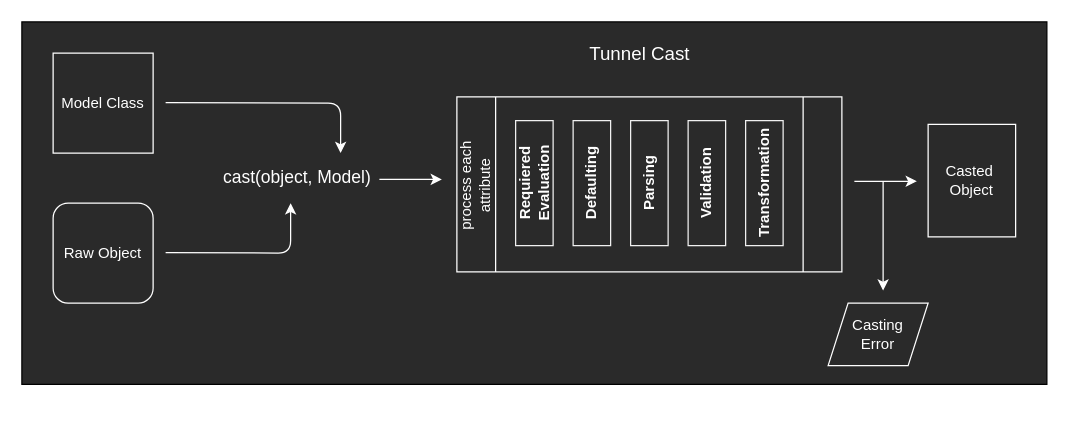
Before: packages/tunnel-cast/docs/casting-process-lean.drawio in OfirTheOne/tunnel-cast-modules, a draw.io diagram. Source tidied: cells renumbered, new cells numbered last; positions are measured from the earlier drawing's top-left corner, leaving out a move shared by most shapes. Both pictures are drawn from the tidied source at 125%, with x=0, y=0 at pixel (21, 21).
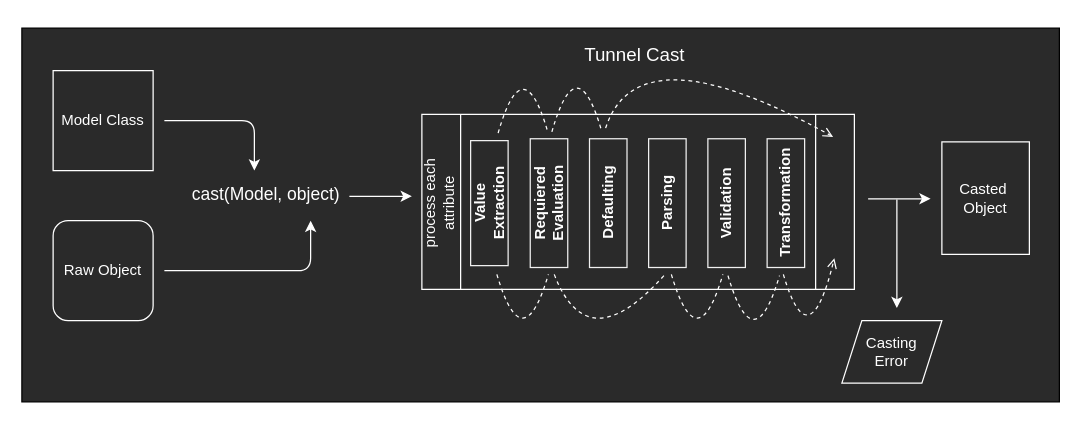
Above is the later version.

Change to the diagram source:
```diff
@@
     <mxCell id="2" style="rounded=0;whiteSpace=wrap;html=1;fillColor=#2A2A2A;" parent="1" vertex="1">
-      <mxGeometry width="820" height="290" as="geometry" />
+      <mxGeometry y="5" width="830" height="299" as="geometry" />
     </mxCell>
     <mxCell id="3" value="&lt;span style=&quot;font-style: normal&quot;&gt;&lt;font color=&quot;#ffffff&quot;&gt;Tunnel Cast&lt;/font&gt;&lt;/span&gt;" style="text;html=1;align=center;verticalAlign=middle;strokeWidth=1;fontSize=15;fontStyle=2;" parent="1" vertex="1">
-      <mxGeometry x="444" y="15" width="100" height="20" as="geometry" />
+      <mxGeometry x="440" y="16" width="100" height="20" as="geometry" />
     </mxCell>
     <mxCell id="4" style="group;" parent="1" vertex="1">
-      <mxGeometry x="25" y="25" width="770" height="250" as="geometry" />
+      <mxGeometry x="31" y="39" width="770" height="250" as="geometry" />
     </mxCell>
     <mxCell id="5" value="&lt;font color=&quot;#ffffff&quot;&gt;Raw Object&lt;/font&gt;" style="rounded=1;whiteSpace=wrap;html=1;fillColor=#2A2A2A;strokeColor=#FFFFFF;" parent="4" vertex="1">
-      <mxGeometry y="120" width="80" height="80" as="geometry" />
+      <mxGeometry x="-6" y="120" width="80" height="80" as="geometry" />
     </mxCell>
     <mxCell id="6" style="endArrow=classic;html=1;verticalAlign=middle;strokeColor=#FFFFFF;" parent="4" edge="1">
       <mxGeometry relative="1" as="geometry">
-        <mxPoint x="90" y="39.5" as="sourcePoint" />
-        <mxPoint x="230" y="80" as="targetPoint" />
+        <mxPoint x="83" y="40" as="sourcePoint" />
+        <mxPoint x="155" y="80" as="targetPoint" />
         <Array as="points">
-          <mxPoint x="230" y="40" />
+          <mxPoint x="155" y="40" />
         </Array>
       </mxGeometry>
     </mxCell>
     <mxCell id="7" value="&lt;font color=&quot;#ffffff&quot;&gt;Model Class&lt;/font&gt;" style="whiteSpace=wrap;html=1;fillColor=#2A2A2A;strokeColor=#FFFFFF;" parent="4" vertex="1">
-      <mxGeometry width="80" height="80" as="geometry" />
+      <mxGeometry x="-6" width="80" height="80" as="geometry" />
     </mxCell>
     <mxCell id="8" style="endArrow=classic;html=1;strokeColor=#FFFFFF;" parent="4" edge="1">
       <mxGeometry relative="1" as="geometry">
-        <mxPoint x="90" y="159.5" as="sourcePoint" />
-        <mxPoint x="190" y="120" as="targetPoint" />
+        <mxPoint x="83" y="160" as="sourcePoint" />
+        <mxPoint x="200" y="120" as="targetPoint" />
         <Array as="points">
-          <mxPoint x="190" y="160" />
+          <mxPoint x="200" y="160" />
         </Array>
       </mxGeometry>
     </mxCell>
-    <mxCell id="9" value="&lt;font style=&quot;font-size: 14px&quot; color=&quot;#ffffff&quot;&gt;cast(object, Model)&lt;/font&gt;" style="text;html=1;align=center;verticalAlign=middle;" parent="4" vertex="1">
-      <mxGeometry x="130" y="89" width="130" height="20" as="geometry" />
+    <mxCell id="9" value="&lt;font style=&quot;font-size: 14px&quot; color=&quot;#ffffff&quot;&gt;cast(&lt;/font&gt;&lt;span style=&quot;color: rgb(255 , 255 , 255) ; font-size: 14px&quot;&gt;Model,&amp;nbsp;&lt;/span&gt;&lt;font style=&quot;font-size: 14px&quot; color=&quot;#ffffff&quot;&gt;object)&amp;nbsp;&lt;/font&gt;" style="text;html=1;align=center;verticalAlign=middle;" parent="4" vertex="1">
+      <mxGeometry x="96" y="89" width="140" height="20" as="geometry" />
     </mxCell>
     <mxCell id="10" style="endArrow=classic;html=1;strokeColor=#FFFFFF;" parent="4" edge="1">
       <mxGeometry relative="1" as="geometry">
-        <mxPoint x="261" y="101" as="sourcePoint" />
-        <mxPoint x="311" y="101" as="targetPoint" />
+        <mxPoint x="231" y="100.5" as="sourcePoint" />
+        <mxPoint x="281" y="100.5" as="targetPoint" />
       </mxGeometry>
     </mxCell>
     <mxCell id="11" style="endArrow=classic;html=1;fontColor=#FFFFFF;fontSize=12;strokeColor=#FFFFFF;" parent="4" edge="1">
       <mxGeometry relative="1" as="geometry">
-        <mxPoint x="641" y="102.5" as="sourcePoint" />
-        <mxPoint x="691" y="102.5" as="targetPoint" />
+        <mxPoint x="646" y="102.5" as="sourcePoint" />
+        <mxPoint x="696" y="102.5" as="targetPoint" />
       </mxGeometry>
     </mxCell>
     <mxCell id="12" value="&lt;font color=&quot;#ffffff&quot;&gt;&lt;span&gt;Casted&amp;nbsp;&lt;/span&gt;&lt;br&gt;&lt;span&gt;Object&lt;/span&gt;&lt;/font&gt;" style="rounded=0;whiteSpace=wrap;html=1;fillColor=#2A2A2A;strokeColor=#FFFFFF;" parent="4" vertex="1">
-      <mxGeometry x="700" y="57" width="70" height="90" as="geometry" />
+      <mxGeometry x="705" y="57" width="70" height="90" as="geometry" />
     </mxCell>
     <mxCell id="13" style="endArrow=classic;html=1;fontSize=12;fontColor=#FFFFFF;strokeColor=#FFFFFF;" parent="4" edge="1">
       <mxGeometry relative="1" as="geometry">
-        <mxPoint x="664" y="103" as="sourcePoint" />
-        <mxPoint x="664" y="190" as="targetPoint" />
+        <mxPoint x="669" y="103" as="sourcePoint" />
+        <mxPoint x="669" y="190" as="targetPoint" />
       </mxGeometry>
     </mxCell>
     <mxCell id="14" value="&lt;font color=&quot;#ffffff&quot;&gt;Casting &lt;br&gt;Error&lt;/font&gt;" style="shape=parallelogram;perimeter=parallelogramPerimeter;whiteSpace=wrap;html=1;strokeWidth=1;fontSize=12;fillColor=#2A2A2A;strokeColor=#FFFFFF;" parent="4" vertex="1">
-      <mxGeometry x="620" y="200" width="80" height="50" as="geometry" />
+      <mxGeometry x="625" y="200" width="80" height="50" as="geometry" />
     </mxCell>
+    <mxCell id="22" style="group;" parent="1" vertex="1">
+      <mxGeometry x="320" y="74" width="346" height="140" as="geometry" />
+    </mxCell>
-    <mxCell id="15" style="shape=process;whiteSpace=wrap;html=1;backgroundOutline=1;strokeColor=#FFFFFF;fillColor=#2A2A2A;" parent="1" vertex="1">
-      <mxGeometry x="348" y="60" width="308" height="140" as="geometry" />
+    <mxCell id="15" style="shape=process;whiteSpace=wrap;html=1;backgroundOutline=1;strokeColor=#FFFFFF;fillColor=#2A2A2A;size=0.08928571428571429;" parent="22" vertex="1">
+      <mxGeometry width="346" height="140" as="geometry" />
     </mxCell>
-    <mxCell id="16" value="&lt;font color=&quot;#ffffff&quot;&gt;process each&amp;nbsp;&lt;br style=&quot;font-size: 12px&quot;&gt;attribute&amp;nbsp;&lt;/font&gt;" style="text;html=1;align=center;verticalAlign=middle;fontSize=12;rotation=270;" parent="1" vertex="1">
-      <mxGeometry x="318" y="115" width="90" height="30" as="geometry" />
+    <mxCell id="16" value="&lt;font color=&quot;#ffffff&quot;&gt;process each&amp;nbsp;&lt;br style=&quot;font-size: 12px&quot;&gt;attribute&amp;nbsp;&lt;/font&gt;" style="text;html=1;align=center;verticalAlign=middle;fontSize=12;rotation=270;" parent="22" vertex="1">
+      <mxGeometry x="-30.9" y="55" width="90" height="30" as="geometry" />
     </mxCell>
-    <mxCell id="17" value="&lt;b&gt;Parsing&lt;/b&gt;" style="rounded=0;whiteSpace=wrap;html=1;strokeColor=#F0F0F0;rotation=-90;fillColor=#2A2A2A;fontColor=#FFFFFF;" parent="1" vertex="1">
-      <mxGeometry x="452" y="114" width="100" height="30" as="geometry" />
+    <mxCell id="17" value="&lt;b&gt;Parsing&lt;/b&gt;" style="rounded=0;whiteSpace=wrap;html=1;strokeColor=#F0F0F0;rotation=-90;fillColor=#2A2A2A;fontColor=#FFFFFF;" parent="22" vertex="1">
+      <mxGeometry x="144.9" y="56" width="103" height="30" as="geometry" />
     </mxCell>
-    <mxCell id="18" value="&lt;b&gt;Validation&lt;/b&gt;" style="rounded=0;whiteSpace=wrap;html=1;strokeColor=#F0F0F0;rotation=-90;fillColor=#2A2A2A;fontColor=#FFFFFF;" parent="1" vertex="1">
-      <mxGeometry x="498" y="114" width="100" height="30" as="geometry" />
+    <mxCell id="18" value="&lt;b&gt;Validation&lt;/b&gt;" style="rounded=0;whiteSpace=wrap;html=1;strokeColor=#F0F0F0;rotation=-90;fillColor=#2A2A2A;fontColor=#FFFFFF;" parent="22" vertex="1">
+      <mxGeometry x="192.3" y="56" width="103" height="30" as="geometry" />
     </mxCell>
-    <mxCell id="19" value="&lt;b&gt;Transformation&lt;/b&gt;" style="rounded=0;whiteSpace=wrap;html=1;strokeColor=#F0F0F0;rotation=-90;fillColor=#2A2A2A;fontColor=#FFFFFF;" parent="1" vertex="1">
-      <mxGeometry x="544" y="114" width="100" height="30" as="geometry" />
+    <mxCell id="19" value="&lt;b&gt;Transformation&lt;/b&gt;" style="rounded=0;whiteSpace=wrap;html=1;strokeColor=#F0F0F0;rotation=-90;fillColor=#2A2A2A;fontColor=#FFFFFF;" parent="22" vertex="1">
+      <mxGeometry x="239.7" y="56" width="103" height="30" as="geometry" />
     </mxCell>
-    <mxCell id="20" value="&lt;b&gt;Requiered Evaluation&lt;/b&gt;" style="rounded=0;whiteSpace=wrap;html=1;strokeColor=#F0F0F0;rotation=-90;fillColor=#2A2A2A;fontColor=#FFFFFF;" parent="1" vertex="1">
-      <mxGeometry x="360" y="114" width="100" height="30" as="geometry" />
+    <mxCell id="20" value="&lt;b&gt;Requiered Evaluation&lt;/b&gt;" style="rounded=0;whiteSpace=wrap;html=1;strokeColor=#F0F0F0;rotation=-90;fillColor=#2A2A2A;fontColor=#FFFFFF;" parent="22" vertex="1">
+      <mxGeometry x="50.2" y="56" width="103" height="30" as="geometry" />
     </mxCell>
-    <mxCell id="21" value="&lt;b&gt;Defaulting&lt;/b&gt;" style="rounded=0;whiteSpace=wrap;html=1;strokeColor=#F0F0F0;rotation=-90;fillColor=#2A2A2A;fontColor=#FFFFFF;" parent="1" vertex="1">
-      <mxGeometry x="406" y="114" width="100" height="30" as="geometry" />
+    <mxCell id="21" value="&lt;b&gt;Defaulting&lt;/b&gt;" style="rounded=0;whiteSpace=wrap;html=1;strokeColor=#F0F0F0;rotation=-90;fillColor=#2A2A2A;fontColor=#FFFFFF;" parent="22" vertex="1">
+      <mxGeometry x="97.6" y="56" width="103" height="30" as="geometry" />
     </mxCell>
+    <mxCell id="23" style="endArrow=open;dashed=1;html=1;curved=1;endFill=0;strokeColor=#FFFFFF;" parent="22" edge="1">
+      <mxGeometry relative="1" as="geometry">
+        <mxPoint x="289.2" y="128" as="sourcePoint" />
+        <mxPoint x="330" y="115" as="targetPoint" />
+        <Array as="points">
+          <mxPoint x="309.7" y="198" />
+        </Array>
+      </mxGeometry>
+    </mxCell>
+    <mxCell id="24" style="endArrow=none;dashed=1;html=1;curved=1;strokeColor=#FFFFFF;" parent="22" edge="1">
+      <mxGeometry relative="1" as="geometry">
+        <mxPoint x="244.9" y="129" as="sourcePoint" />
+        <mxPoint x="286.1" y="129" as="targetPoint" />
+        <Array as="points">
+          <mxPoint x="265.5" y="199" />
+        </Array>
+      </mxGeometry>
+    </mxCell>
+    <mxCell id="25" style="endArrow=none;dashed=1;html=1;curved=1;strokeColor=#FFFFFF;" parent="22" edge="1">
+      <mxGeometry relative="1" as="geometry">
+        <mxPoint x="199.6" y="128" as="sourcePoint" />
+        <mxPoint x="240.8" y="128" as="targetPoint" />
+        <Array as="points">
+          <mxPoint x="220.2" y="198" />
+        </Array>
+      </mxGeometry>
+    </mxCell>
+    <mxCell id="26" style="endArrow=none;dashed=1;html=1;curved=1;strokeColor=#FFFFFF;" parent="22" edge="1">
+      <mxGeometry relative="1" as="geometry">
+        <mxPoint x="105.9" y="128" as="sourcePoint" />
+        <mxPoint x="194.5" y="128" as="targetPoint" />
+        <Array as="points">
+          <mxPoint x="132.7" y="198" />
+        </Array>
+      </mxGeometry>
+    </mxCell>
+    <mxCell id="27" value="&lt;b&gt;Value &lt;br&gt;Extraction&lt;/b&gt;" style="rounded=0;whiteSpace=wrap;html=1;strokeColor=#F0F0F0;rotation=-90;fillColor=#2A2A2A;fontColor=#FFFFFF;" parent="22" vertex="1">
+      <mxGeometry x="4" y="56" width="100" height="30" as="geometry" />
+    </mxCell>
+    <mxCell id="28" style="endArrow=none;dashed=1;html=1;curved=1;strokeColor=#FFFFFF;" parent="1" edge="1">
+      <mxGeometry relative="1" as="geometry">
+        <mxPoint x="424" y="88" as="sourcePoint" />
+        <mxPoint x="464" y="88" as="targetPoint" />
+        <Array as="points">
+          <mxPoint x="444" y="18" />
+        </Array>
+      </mxGeometry>
+    </mxCell>
+    <mxCell id="29" style="endArrow=open;dashed=1;html=1;curved=1;entryX=0.948;entryY=0.107;entryDx=0;entryDy=0;entryPerimeter=0;endFill=0;strokeColor=#FFFFFF;" parent="1" edge="1">
+      <mxGeometry relative="1" as="geometry">
+        <mxPoint x="467" y="85" as="sourcePoint" />
+        <mxPoint x="649" y="92" as="targetPoint" />
+        <Array as="points">
+          <mxPoint x="493" y="5" />
+        </Array>
+      </mxGeometry>
+    </mxCell>
+    <mxCell id="30" style="endArrow=none;dashed=1;html=1;curved=1;strokeColor=#FFFFFF;" parent="1" edge="1">
+      <mxGeometry relative="1" as="geometry">
+        <mxPoint x="380" y="202" as="sourcePoint" />
+        <mxPoint x="421.2" y="202" as="targetPoint" />
+        <Array as="points">
+          <mxPoint x="400.6" y="272" />
+        </Array>
+      </mxGeometry>
+    </mxCell>
+    <mxCell id="31" style="endArrow=none;dashed=1;html=1;curved=1;strokeColor=#FFFFFF;" parent="1" edge="1">
+      <mxGeometry relative="1" as="geometry">
+        <mxPoint x="381" y="89" as="sourcePoint" />
+        <mxPoint x="421" y="89" as="targetPoint" />
+        <Array as="points">
+          <mxPoint x="401" y="19" />
+        </Array>
+      </mxGeometry>
+    </mxCell>
```
